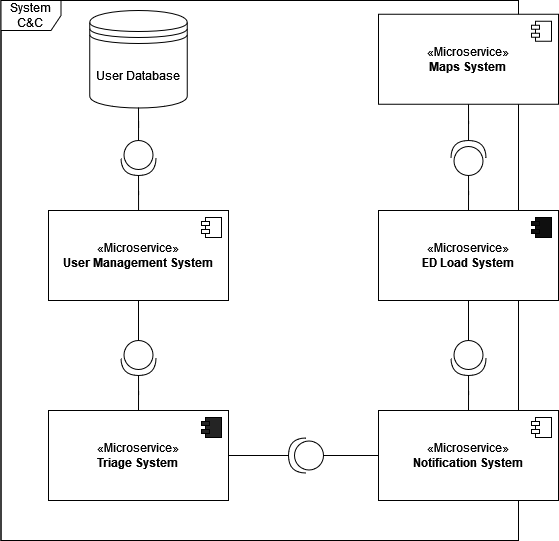
The draw.io diagram Assets/M2/OverallSystem_CC.drawio.png in uvic-teach/project-m1-team9, before a commit. Source tidied: cells renumbered, new cells last; positions are measured from the earlier drawing's top-left corner, leaving out a move shared by most shapes.
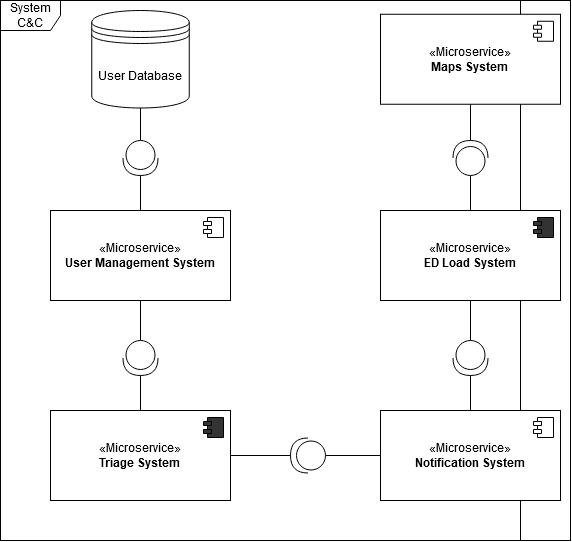
Later version of the same file.

Change to the diagram source:
```diff
@@ -3,15 +3,15 @@
     <mxCell id="0" />
     <mxCell id="1" parent="0" />
     <mxCell id="2" style="rounded=0;whiteSpace=wrap;html=1;" parent="1" vertex="1">
-      <mxGeometry x="0.5" width="517.5" height="540" as="geometry" />
+      <mxGeometry x="-2" width="570" height="540" as="geometry" />
     </mxCell>
     <mxCell id="3" value="System C&amp;amp;C" style="shape=umlFrame;whiteSpace=wrap;html=1;fillStyle=auto;fillColor=default;" parent="1" vertex="1">
-      <mxGeometry x="0.5" width="517.5" height="540" as="geometry" />
+      <mxGeometry x="-2" width="520" height="540" as="geometry" />
     </mxCell>
     <mxCell id="4" value="«Microservice»&lt;br&gt;&lt;b&gt;Triage System&lt;/b&gt;" style="html=1;whiteSpace=wrap;" parent="1" vertex="1">
       <mxGeometry x="48" y="410" width="180" height="90" as="geometry" />
     </mxCell>
-    <mxCell id="5" style="shape=module;jettyWidth=8;jettyHeight=4;fillColor=#242424;" parent="4" vertex="1">
+    <mxCell id="5" style="shape=module;jettyWidth=8;jettyHeight=4;fillColor=#333333;" parent="4" vertex="1">
       <mxGeometry x="1" width="20" height="20" relative="1" as="geometry">
         <mxPoint x="-27" y="7" as="offset" />
       </mxGeometry>
@@ -38,7 +38,7 @@
     <mxCell id="11" value="«Microservice»&lt;br&gt;&lt;b&gt;ED Load System&lt;/b&gt;" style="html=1;whiteSpace=wrap;" parent="1" vertex="1">
       <mxGeometry x="378" y="210" width="180" height="90" as="geometry" />
     </mxCell>
-    <mxCell id="12" style="shape=module;jettyWidth=8;jettyHeight=4;fillColor=#0F0F0F;" parent="11" vertex="1">
+    <mxCell id="12" style="shape=module;jettyWidth=8;jettyHeight=4;fillColor=#333333;" parent="11" vertex="1">
       <mxGeometry x="1" width="20" height="20" relative="1" as="geometry">
         <mxPoint x="-27" y="7" as="offset" />
       </mxGeometry>
```
